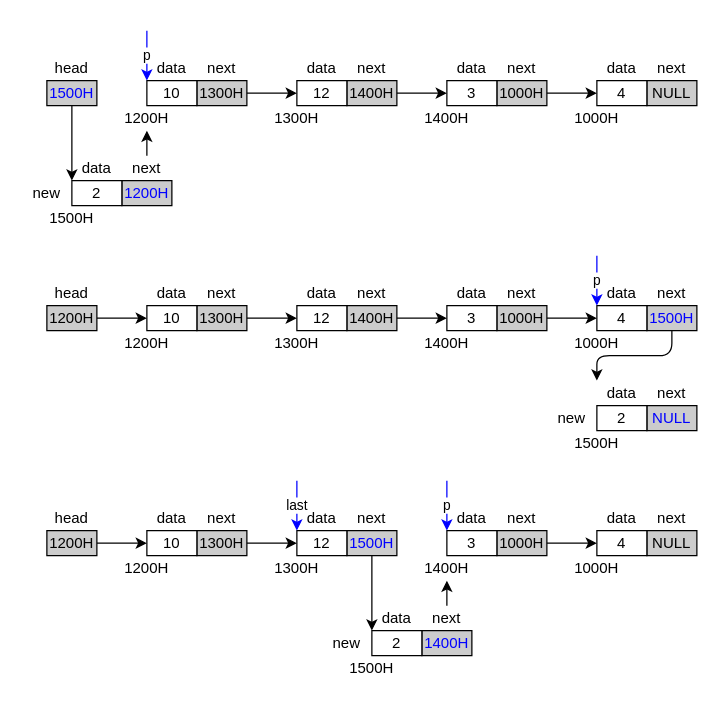
Above: page "8" (9 of 17) of images/c-struct-list.drawio in cs-course/marp-public (draw.io), before the change. Source tidied: cells renumbered, new cells numbered last; positions are measured from the earlier drawing's top-left corner, leaving out a move shared by most shapes. Both pictures are drawn from the tidied source at 125%, with x=0, y=0 at pixel (21, 30).
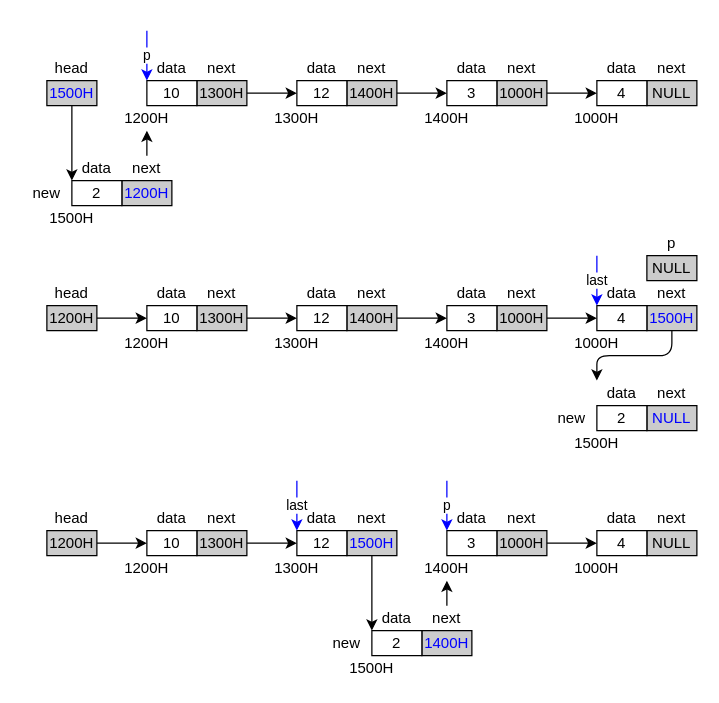
The same diagram, later.

The change refers to these unchanged cells:
```xml
<mxCell id="86" value="data" style="text;html=1;strokeColor=none;fillColor=none;align=center;verticalAlign=middle;whiteSpace=wrap;rounded=0;" parent="1" vertex="1">
  <mxGeometry x="460" y="200" width="40" height="20" as="geometry" />
</mxCell>
```

Diff of the diagram source:
```diff
@@
-    <mxCell id="97" value="p" style="endArrow=classic;html=1;strokeColor=#0000FF;entryX=0;entryY=1;entryDx=0;entryDy=0;" parent="1" edge="1" target="86">
+    <mxCell id="97" value="last" style="endArrow=classic;html=1;strokeColor=#0000FF;entryX=0;entryY=1;entryDx=0;entryDy=0;" parent="1" edge="1" target="86">
       <mxGeometry relative="1" as="geometry">
         <mxPoint x="460" y="180" as="sourcePoint" />
       </mxGeometry>
     </mxCell>
@@
+    <mxCell id="105" value="NULL" style="rounded=0;whiteSpace=wrap;html=1;fillColor=#CCCCCC;" parent="1" vertex="1">
+      <mxGeometry x="500" y="180" width="40" height="20" as="geometry" />
+    </mxCell>
+    <mxCell id="106" value="p" style="text;html=1;strokeColor=none;fillColor=none;align=center;verticalAlign=middle;whiteSpace=wrap;rounded=0;" parent="1" vertex="1">
+      <mxGeometry x="500" y="160" width="40" height="20" as="geometry" />
+    </mxCell>
```
